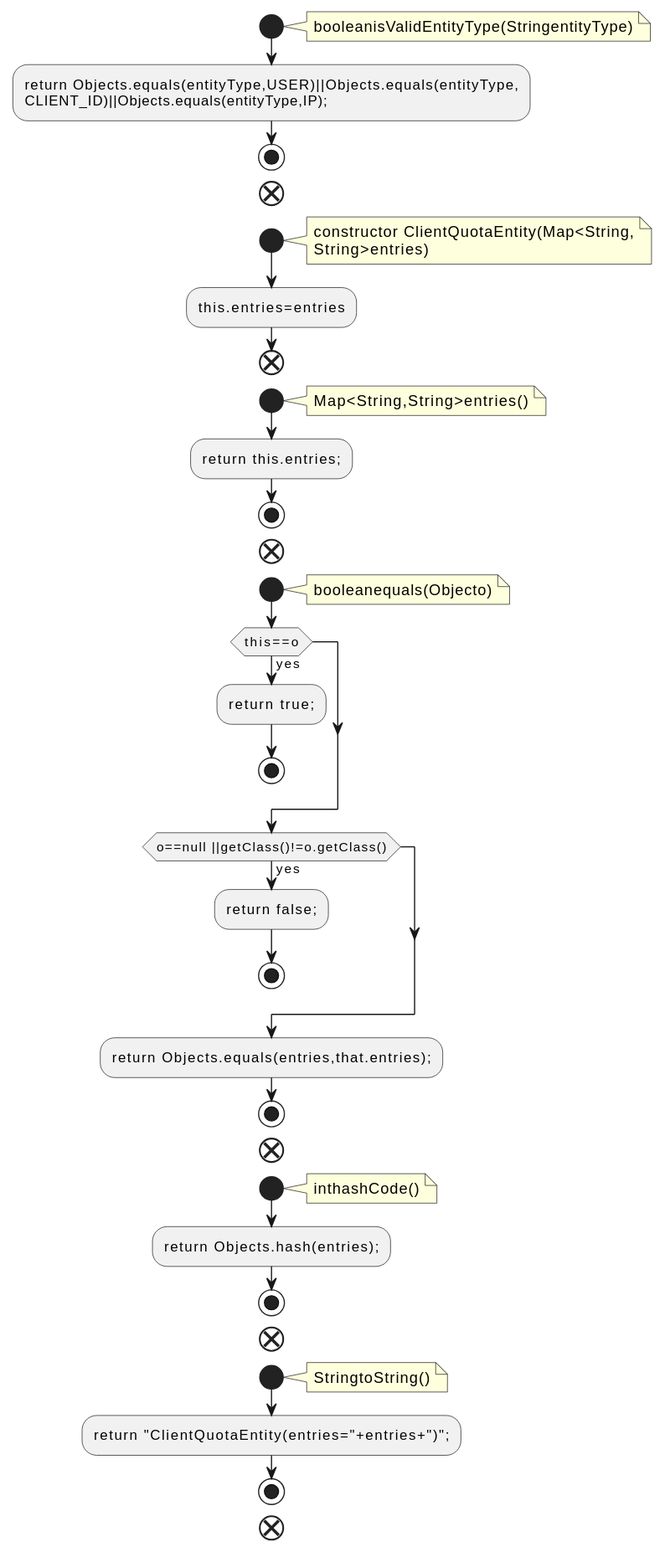
The PlantUML diagram docs/qc/clients/src/main/java/org/apache/kafka/common/quota/ClientQuotaEntity.java.fct.svg in qualitesys/kafka, before a commit.
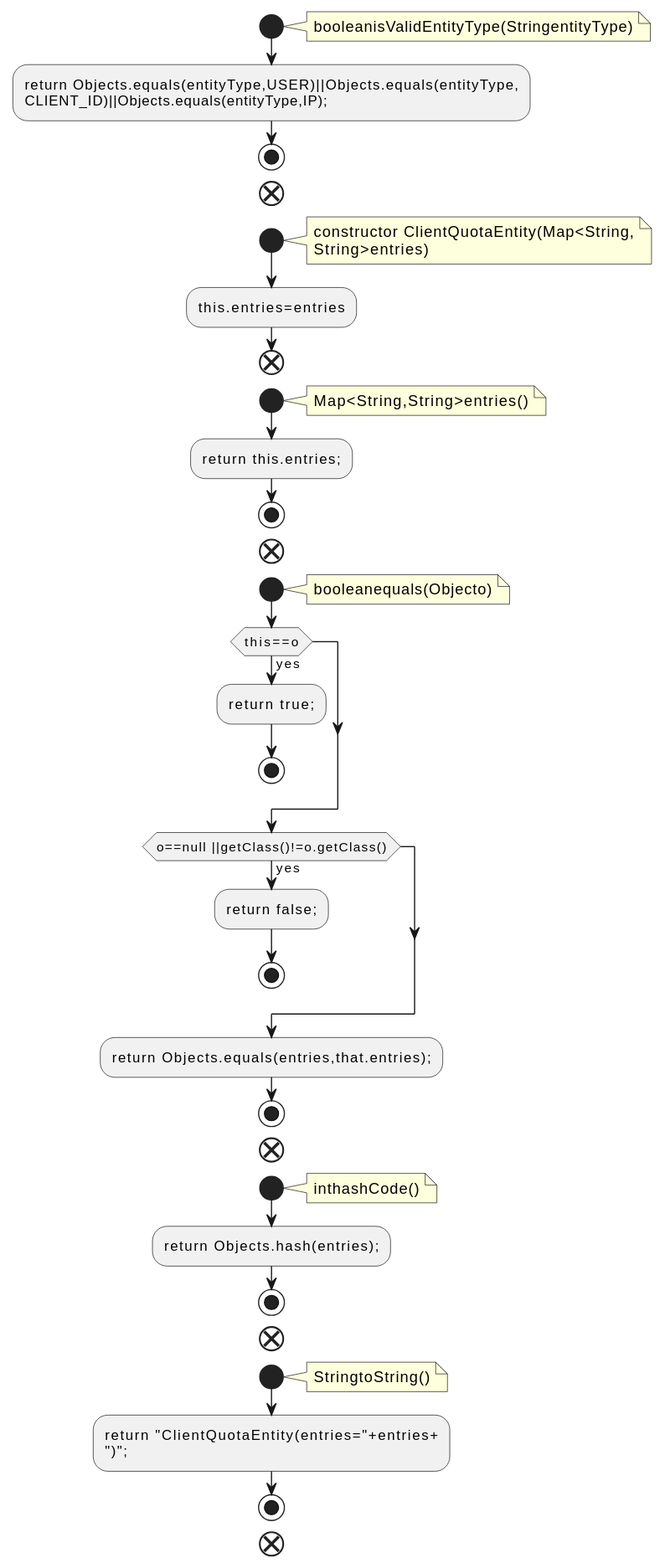
After the change.

Diff of the diagram source:
```diff
@@ -48,7 +48,8 @@
 note right
 StringtoString()
 end note
-:return "ClientQuotaEntity(entries="+entries+")";;
+:return "ClientQuotaEntity(entries="+entries+
+")";;
 stop
 end
 @enduml
```
